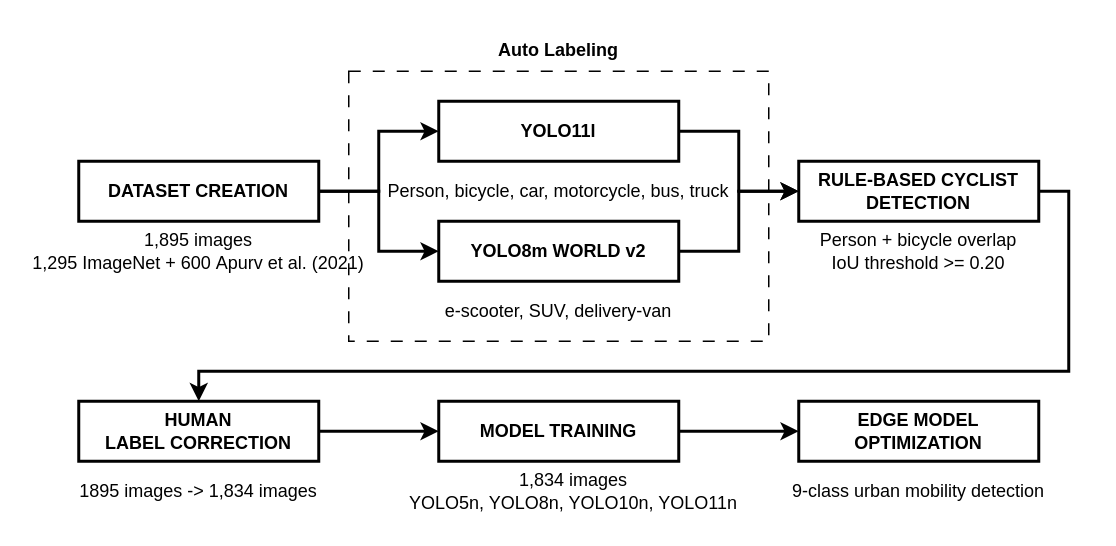
Earlier version of the draw.io diagram paper/img/framework.drawio (tamagusko/camina). Source tidied: cells renumbered, new cells numbered last; positions are measured from the earlier drawing's top-left corner, leaving out a move shared by most shapes. Both pictures are drawn from the tidied source at 150%, with x=0, y=0 at pixel (26, 26).
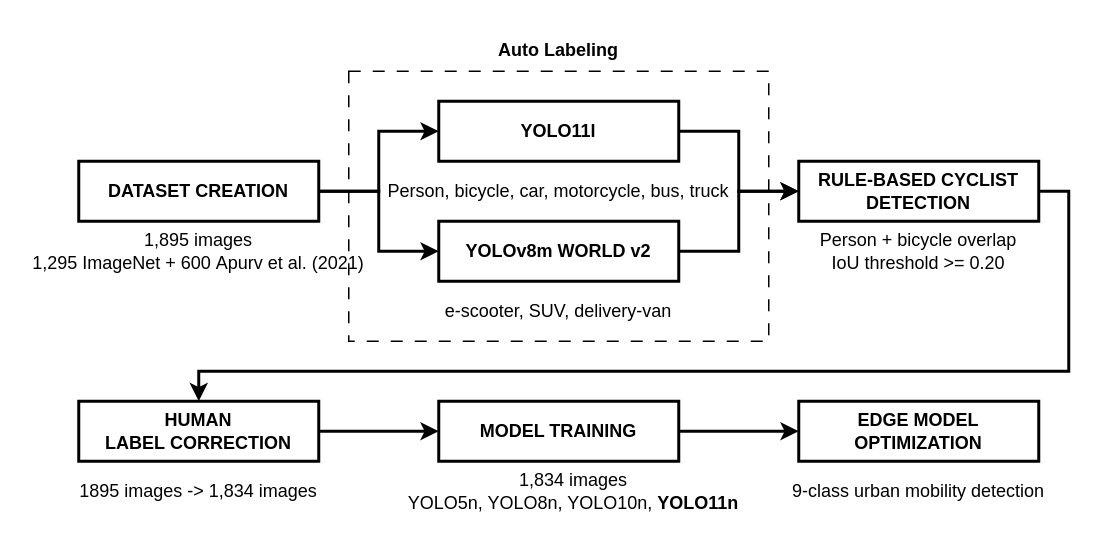
After the change.

Commit message (it also covers changes not shown here):
feat: update framework figure paper

What changed in the source:
```diff
@@
-    <mxCell id="10" value="YOLO8m WORLD v2" style="rounded=0;whiteSpace=wrap;html=1;strokeWidth=2;fontStyle=1;" parent="1" vertex="1">
+    <mxCell id="10" value="YOLOv8m WORLD v2" style="rounded=0;whiteSpace=wrap;html=1;strokeWidth=2;fontStyle=1;" parent="1" vertex="1">
       <mxGeometry x="275" y="130" width="160" height="40" as="geometry" />
     </mxCell>
@@
-    <mxCell id="21" value="&lt;div&gt;1,834 images&lt;/div&gt;YOLO5n, YOLO8n, YOLO10n, YOLO11n" style="text;html=1;align=center;verticalAlign=middle;whiteSpace=wrap;rounded=0;" parent="1" vertex="1">
+    <mxCell id="21" value="&lt;div&gt;1,834 images&lt;/div&gt;YOLO5n, YOLO8n, YOLO10n, &lt;b&gt;YOLO11n&lt;/b&gt;" style="text;html=1;align=center;verticalAlign=middle;whiteSpace=wrap;rounded=0;" parent="1" vertex="1">
       <mxGeometry x="250" y="290" width="230" height="40" as="geometry" />
     </mxCell>
```
